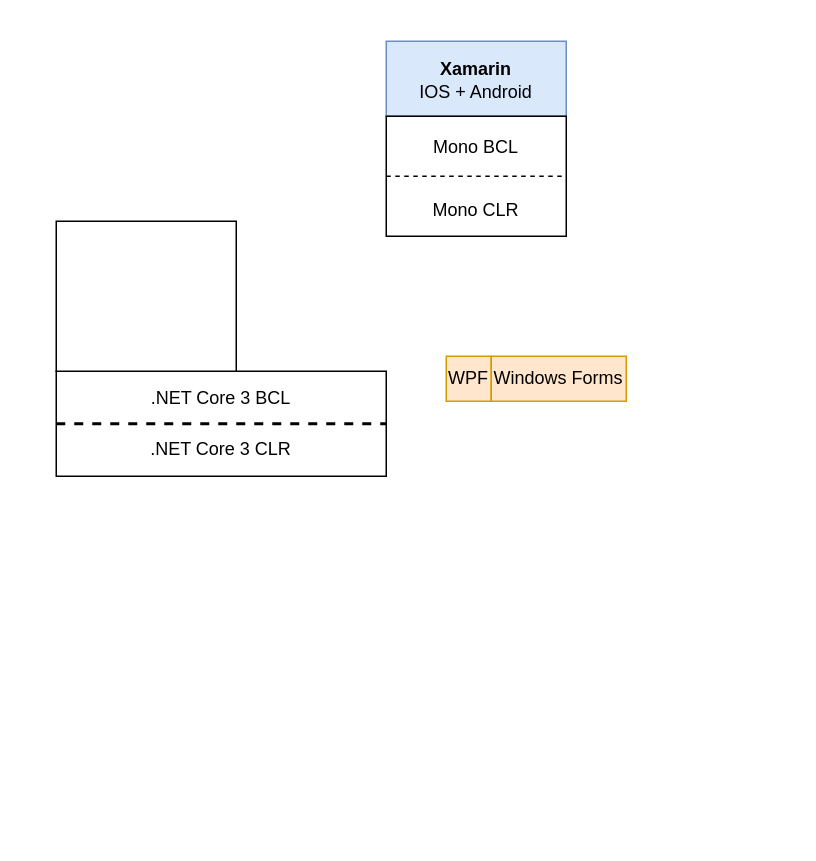
Earlier version of the draw.io diagram 4.C#8InANutshell/resources/drawios/1_2.drawio (fhlsteven/Learning). Source tidied: cells renumbered, new cells numbered last; positions are measured from the earlier drawing's top-left corner, leaving out a move shared by most shapes. Both pictures are drawn from the tidied source at 150%, with x=0, y=0 at pixel (56, 40).
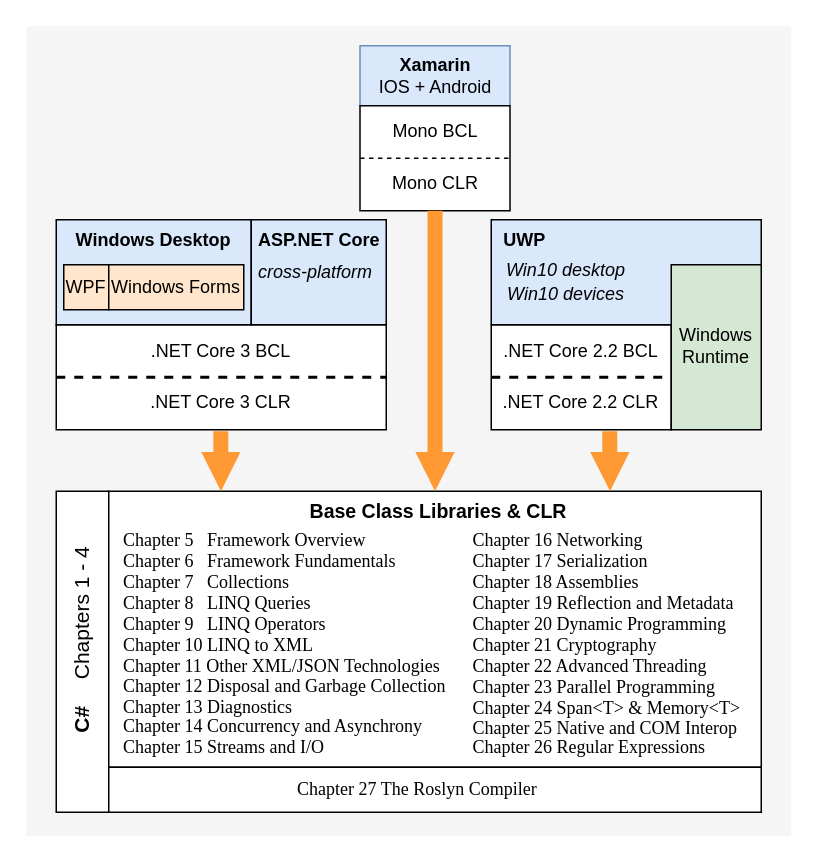
The same diagram, later.

Change to the diagram source:
```diff
@@
+    <mxCell id="15" style="rounded=0;whiteSpace=wrap;html=1;shadow=0;glass=0;sketch=0;fontFamily=Times New Roman;fontSize=13;align=left;fillColor=#f5f5f5;fontColor=#333333;strokeColor=none;" parent="1" vertex="1">
+      <mxGeometry x="-20" y="-10" width="510" height="540" as="geometry" />
+    </mxCell>
     <mxCell id="2" style="rounded=0;whiteSpace=wrap;html=1;fillColor=#dae8fc;strokeColor=#6c8ebf;" parent="1" vertex="1">
-      <mxGeometry x="220" width="120" height="50" as="geometry" />
+      <mxGeometry x="202.5" y="3" width="100" height="40" as="geometry" />
     </mxCell>
     <mxCell id="3" style="rounded=0;whiteSpace=wrap;html=1;" parent="1" vertex="1">
-      <mxGeometry x="220" y="50" width="120" height="80" as="geometry" />
+      <mxGeometry x="202.5" y="43" width="100" height="70" as="geometry" />
     </mxCell>
     <mxCell id="4" value="&lt;b&gt;Xamarin&lt;/b&gt;&lt;br&gt;IOS + Android" style="text;html=1;strokeColor=none;fillColor=none;align=center;verticalAlign=middle;whiteSpace=wrap;rounded=0;" parent="1" vertex="1">
-      <mxGeometry x="230" y="6" width="100" height="40" as="geometry" />
+      <mxGeometry x="202.5" y="3" width="100" height="40" as="geometry" />
     </mxCell>
     <mxCell id="5" value="Mono BCL" style="text;html=1;strokeColor=none;fillColor=none;align=center;verticalAlign=middle;whiteSpace=wrap;rounded=0;" parent="1" vertex="1">
-      <mxGeometry x="240" y="56" width="80" height="30" as="geometry" />
+      <mxGeometry x="212.5" y="49" width="80" height="22" as="geometry" />
     </mxCell>
     <mxCell id="6" value="Mono CLR" style="text;html=1;strokeColor=none;fillColor=none;align=center;verticalAlign=middle;whiteSpace=wrap;rounded=0;" parent="1" vertex="1">
-      <mxGeometry x="240" y="98" width="80" height="30" as="geometry" />
+      <mxGeometry x="212.5" y="85" width="80" height="20" as="geometry" />
     </mxCell>
@@
     <mxCell id="8" style="rounded=0;whiteSpace=wrap;html=1;" parent="1" vertex="1">
-      <mxGeometry y="220" width="220" height="70" as="geometry" />
+      <mxGeometry y="189" width="220" height="70" as="geometry" />
     </mxCell>
     <mxCell id="9" value=".NET Core 3 BCL" style="text;html=1;strokeColor=none;fillColor=none;align=center;verticalAlign=middle;whiteSpace=wrap;rounded=0;" parent="1" vertex="1">
-      <mxGeometry x="50" y="228" width="120" height="20" as="geometry" />
+      <mxGeometry x="50" y="197" width="120" height="20" as="geometry" />
     </mxCell>
@@
     <mxCell id="11" value=".NET Core 3 CLR" style="text;html=1;strokeColor=none;fillColor=none;align=center;verticalAlign=middle;whiteSpace=wrap;rounded=0;" parent="1" vertex="1">
-      <mxGeometry x="50" y="262" width="120" height="20" as="geometry" />
+      <mxGeometry x="50" y="231" width="120" height="20" as="geometry" />
     </mxCell>
-    <mxCell id="12" style="rounded=0;whiteSpace=wrap;html=1;" parent="1" vertex="1">
-      <mxGeometry y="120" width="120" height="100" as="geometry" />
+    <mxCell id="12" style="rounded=0;whiteSpace=wrap;html=1;fillColor=#dae8fc;" parent="1" vertex="1">
+      <mxGeometry y="119" width="130" height="70" as="geometry" />
     </mxCell>
-    <mxCell id="13" value="WPF" style="rounded=0;whiteSpace=wrap;html=1;fillColor=#ffe6cc;strokeColor=#d79b00;" parent="1" vertex="1">
-      <mxGeometry x="260" y="210" width="30" height="30" as="geometry" />
+    <mxCell id="13" value="WPF" style="rounded=0;whiteSpace=wrap;html=1;fillColor=#ffe6cc;" parent="1" vertex="1">
+      <mxGeometry x="5" y="149" width="30" height="30" as="geometry" />
     </mxCell>
-    <mxCell id="14" value="Windows Forms" style="rounded=0;whiteSpace=wrap;html=1;fillColor=#ffe6cc;strokeColor=#d79b00;" parent="1" vertex="1">
-      <mxGeometry x="290" y="210" width="90" height="30" as="geometry" />
+    <mxCell id="14" value="Windows Forms" style="rounded=0;whiteSpace=wrap;html=1;fillColor=#ffe6cc;" parent="1" vertex="1">
+      <mxGeometry x="35" y="149" width="90" height="30" as="geometry" />
     </mxCell>
+    <mxCell id="16" value="Windows Desktop" style="text;html=1;strokeColor=none;fillColor=none;align=center;verticalAlign=middle;whiteSpace=wrap;rounded=0;fontStyle=1;" parent="1" vertex="1">
+      <mxGeometry x="10" y="123" width="110" height="20" as="geometry" />
+    </mxCell>
+    <mxCell id="17" style="rounded=0;whiteSpace=wrap;html=1;fillColor=#dae8fc;" parent="1" vertex="1">
+      <mxGeometry x="130" y="119" width="90" height="70" as="geometry" />
+    </mxCell>
+    <mxCell id="18" value="ASP.NET Core" style="text;html=1;strokeColor=none;fillColor=none;align=center;verticalAlign=middle;whiteSpace=wrap;rounded=0;fontStyle=1;" parent="1" vertex="1">
+      <mxGeometry x="132.5" y="123" width="85" height="20" as="geometry" />
+    </mxCell>
+    <mxCell id="19" value="cross-platform" style="text;html=1;strokeColor=none;fillColor=none;align=center;verticalAlign=middle;whiteSpace=wrap;rounded=0;fontStyle=2;spacingTop=0;spacing=0;" parent="1" vertex="1">
+      <mxGeometry x="132.5" y="144" width="80" height="20" as="geometry" />
+    </mxCell>
+    <mxCell id="20" style="rounded=0;whiteSpace=wrap;html=1;strokeColor=#000000;" parent="1" vertex="1">
+      <mxGeometry y="300" width="35" height="214" as="geometry" />
+    </mxCell>
+    <mxCell id="21" value="C#" style="text;html=1;strokeColor=none;fillColor=none;align=center;verticalAlign=middle;whiteSpace=wrap;rounded=0;horizontal=0;fontStyle=1;fontSize=14;" parent="1" vertex="1">
+      <mxGeometry x="5" y="438" width="25" height="30" as="geometry" />
+    </mxCell>
+    <mxCell id="22" value="Chapters 1 - 4" style="text;html=1;strokeColor=none;fillColor=none;align=center;verticalAlign=middle;whiteSpace=wrap;rounded=0;fontSize=14;horizontal=0;" parent="1" vertex="1">
+      <mxGeometry x="7.5" y="332" width="20" height="100" as="geometry" />
+    </mxCell>
+    <mxCell id="23" style="rounded=0;whiteSpace=wrap;html=1;strokeColor=#000000;fontSize=14;" parent="1" vertex="1">
+      <mxGeometry x="35" y="300" width="435" height="184" as="geometry" />
+    </mxCell>
+    <mxCell id="24" style="rounded=0;whiteSpace=wrap;html=1;strokeColor=#000000;fontSize=14;" parent="1" vertex="1">
+      <mxGeometry x="290" y="189" width="120" height="70" as="geometry" />
+    </mxCell>
+    <mxCell id="25" style="endArrow=none;dashed=1;html=1;strokeWidth=2;exitX=0;exitY=0.5;exitDx=0;exitDy=0;entryX=1;entryY=0.5;entryDx=0;entryDy=0;" parent="1" edge="1" source="24" target="24">
+      <mxGeometry relative="1" as="geometry" />
+    </mxCell>
+    <mxCell id="26" value=".NET Core 2.2 BCL" style="text;html=1;strokeColor=none;fillColor=none;align=center;verticalAlign=middle;whiteSpace=wrap;rounded=0;" parent="1" vertex="1">
+      <mxGeometry x="290" y="197" width="120" height="20" as="geometry" />
+    </mxCell>
+    <mxCell id="27" value=".NET Core 2.2 CLR" style="text;html=1;strokeColor=none;fillColor=none;align=center;verticalAlign=middle;whiteSpace=wrap;rounded=0;" parent="1" vertex="1">
+      <mxGeometry x="290" y="231" width="120" height="20" as="geometry" />
+    </mxCell>
+    <mxCell id="28" style="rounded=0;whiteSpace=wrap;html=1;fillColor=#dae8fc;" parent="1" vertex="1">
+      <mxGeometry x="290" y="119" width="180" height="70" as="geometry" />
+    </mxCell>
+    <mxCell id="29" style="rounded=0;whiteSpace=wrap;html=1;fontSize=14;fillColor=#d5e8d4;gradientDirection=south;sketch=0;shadow=0;glass=0;" parent="1" vertex="1">
+      <mxGeometry x="410" y="149" width="60" height="110" as="geometry" />
+    </mxCell>
+    <mxCell id="30" value="UWP" style="text;html=1;strokeColor=none;fillColor=none;align=center;verticalAlign=middle;whiteSpace=wrap;rounded=0;fontStyle=1;" parent="1" vertex="1">
+      <mxGeometry x="295" y="123" width="35" height="20" as="geometry" />
+    </mxCell>
+    <mxCell id="31" value="Win10 desktop" style="text;html=1;strokeColor=none;fillColor=none;align=center;verticalAlign=middle;whiteSpace=wrap;rounded=0;fontStyle=2;spacingTop=0;spacing=0;" parent="1" vertex="1">
+      <mxGeometry x="295" y="143" width="90" height="20" as="geometry" />
+    </mxCell>
+    <mxCell id="32" value="Win10 devices" style="text;html=1;strokeColor=none;fillColor=none;align=center;verticalAlign=middle;whiteSpace=wrap;rounded=0;fontStyle=2;spacingTop=0;spacing=0;" parent="1" vertex="1">
+      <mxGeometry x="295" y="159" width="90" height="20" as="geometry" />
+    </mxCell>
+    <mxCell id="33" value="Windows&lt;br&gt;Runtime" style="text;html=1;strokeColor=none;fillColor=none;align=center;verticalAlign=middle;whiteSpace=wrap;rounded=0;" parent="1" vertex="1">
+      <mxGeometry x="410" y="189" width="60" height="28" as="geometry" />
+    </mxCell>
+    <mxCell id="34" value="Base Class Libraries &amp;amp; CLR" style="text;html=1;strokeColor=none;fillColor=none;align=center;verticalAlign=middle;whiteSpace=wrap;rounded=0;shadow=0;glass=0;sketch=0;fontSize=13;fontStyle=1;" parent="1" vertex="1">
+      <mxGeometry x="160" y="303" width="190" height="20" as="geometry" />
+    </mxCell>
+    <mxCell id="35" value="Chapter 5&amp;nbsp; &amp;nbsp;Framework Overview" style="text;html=1;strokeColor=none;fillColor=none;align=left;verticalAlign=middle;whiteSpace=wrap;rounded=0;shadow=0;glass=0;sketch=0;fontSize=12;fontFamily=Times New Roman;" parent="1" vertex="1">
+      <mxGeometry x="43" y="326" width="177" height="14" as="geometry" />
+    </mxCell>
+    <mxCell id="36" value="Chapter 6&amp;nbsp; &amp;nbsp;Framework Fundamentals" style="text;html=1;strokeColor=none;fillColor=none;align=left;verticalAlign=middle;whiteSpace=wrap;rounded=0;shadow=0;glass=0;sketch=0;fontSize=12;fontFamily=Times New Roman;" parent="1" vertex="1">
+      <mxGeometry x="43" y="340" width="187" height="14" as="geometry" />
+    </mxCell>
+    <mxCell id="37" value="Chapter 8&amp;nbsp; &amp;nbsp;LINQ Queries" style="text;html=1;strokeColor=none;fillColor=none;align=left;verticalAlign=middle;whiteSpace=wrap;rounded=0;shadow=0;glass=0;sketch=0;fontSize=12;fontFamily=Times New Roman;" parent="1" vertex="1">
+      <mxGeometry x="43" y="368" width="147" height="14" as="geometry" />
+    </mxCell>
+    <mxCell id="38" value="Chapter 16 Networking" style="text;html=1;strokeColor=none;fillColor=none;align=left;verticalAlign=middle;whiteSpace=wrap;rounded=0;shadow=0;glass=0;sketch=0;fontSize=12;fontFamily=Times New Roman;" parent="1" vertex="1">
+      <mxGeometry x="276" y="326" width="160" height="14" as="geometry" />
+    </mxCell>
+    <mxCell id="39" value="Chapter 17 Serialization" style="text;html=1;strokeColor=none;fillColor=none;align=left;verticalAlign=middle;whiteSpace=wrap;rounded=0;shadow=0;glass=0;sketch=0;fontSize=12;fontFamily=Times New Roman;" parent="1" vertex="1">
+      <mxGeometry x="276" y="340" width="180" height="14" as="geometry" />
+    </mxCell>
+    <mxCell id="40" value="Chapter 18 Assemblies" style="text;html=1;strokeColor=none;fillColor=none;align=left;verticalAlign=middle;whiteSpace=wrap;rounded=0;shadow=0;glass=0;sketch=0;fontSize=12;fontFamily=Times New Roman;" parent="1" vertex="1">
+      <mxGeometry x="276" y="354" width="130" height="14" as="geometry" />
+    </mxCell>
+    <mxCell id="41" value="Chapter 10 LINQ to XML" style="text;html=1;strokeColor=none;fillColor=none;align=left;verticalAlign=middle;whiteSpace=wrap;rounded=0;shadow=0;glass=0;sketch=0;fontSize=12;fontFamily=Times New Roman;" parent="1" vertex="1">
+      <mxGeometry x="43" y="396" width="140" height="14" as="geometry" />
+    </mxCell>
+    <mxCell id="42" value="Chapter 7&amp;nbsp; &amp;nbsp;Collections" style="text;html=1;strokeColor=none;fillColor=none;align=left;verticalAlign=middle;whiteSpace=wrap;rounded=0;shadow=0;glass=0;sketch=0;fontSize=12;fontFamily=Times New Roman;" parent="1" vertex="1">
+      <mxGeometry x="43" y="354" width="147" height="14" as="geometry" />
+    </mxCell>
+    <mxCell id="43" value="Chapter 9&amp;nbsp; &amp;nbsp;LINQ Operators" style="text;html=1;strokeColor=none;fillColor=none;align=left;verticalAlign=middle;whiteSpace=wrap;rounded=0;shadow=0;glass=0;sketch=0;fontSize=12;fontFamily=Times New Roman;" parent="1" vertex="1">
+      <mxGeometry x="43" y="382" width="140" height="14" as="geometry" />
+    </mxCell>
+    <mxCell id="44" value="Chapter 11 Other XML/JSON Technologies" style="text;html=1;strokeColor=none;fillColor=none;align=left;verticalAlign=middle;whiteSpace=wrap;rounded=0;shadow=0;glass=0;sketch=0;fontSize=12;fontFamily=Times New Roman;" parent="1" vertex="1">
+      <mxGeometry x="43" y="410" width="220" height="14" as="geometry" />
+    </mxCell>
+    <mxCell id="45" value="Chapter 12 Disposal and Garbage Collection" style="text;html=1;strokeColor=none;fillColor=none;align=left;verticalAlign=middle;whiteSpace=wrap;rounded=0;shadow=0;glass=0;sketch=0;fontSize=12;fontFamily=Times New Roman;" parent="1" vertex="1">
+      <mxGeometry x="43" y="423" width="220" height="14" as="geometry" />
+    </mxCell>
+    <mxCell id="46" value="Chapter 19 Reflection and Metadata" style="text;html=1;strokeColor=none;fillColor=none;align=left;verticalAlign=middle;whiteSpace=wrap;rounded=0;shadow=0;glass=0;sketch=0;fontSize=12;fontFamily=Times New Roman;" parent="1" vertex="1">
+      <mxGeometry x="276" y="368" width="180" height="14" as="geometry" />
+    </mxCell>
+    <mxCell id="47" value="Chapter 13 Diagnostics" style="text;html=1;strokeColor=none;fillColor=none;align=left;verticalAlign=middle;whiteSpace=wrap;rounded=0;shadow=0;glass=0;sketch=0;fontSize=12;fontFamily=Times New Roman;" parent="1" vertex="1">
+      <mxGeometry x="43" y="437" width="120" height="14" as="geometry" />
+    </mxCell>
+    <mxCell id="48" value="Chapter 14 Concurrency and Asynchrony" style="text;html=1;strokeColor=none;fillColor=none;align=left;verticalAlign=middle;whiteSpace=wrap;rounded=0;shadow=0;glass=0;sketch=0;fontSize=12;fontFamily=Times New Roman;" parent="1" vertex="1">
+      <mxGeometry x="43" y="450" width="210" height="14" as="geometry" />
+    </mxCell>
+    <mxCell id="49" value="Chapter 15 Streams and I/O" style="text;html=1;strokeColor=none;fillColor=none;align=left;verticalAlign=middle;whiteSpace=wrap;rounded=0;shadow=0;glass=0;sketch=0;fontSize=12;fontFamily=Times New Roman;" parent="1" vertex="1">
+      <mxGeometry x="43" y="464" width="150" height="14" as="geometry" />
+    </mxCell>
+    <mxCell id="50" value="Chapter 20 Dynamic Programming" style="text;html=1;strokeColor=none;fillColor=none;align=left;verticalAlign=middle;whiteSpace=wrap;rounded=0;shadow=0;glass=0;sketch=0;fontSize=12;fontFamily=Times New Roman;" parent="1" vertex="1">
+      <mxGeometry x="276" y="382" width="180" height="14" as="geometry" />
+    </mxCell>
+    <mxCell id="51" value="Chapter 21 Cryptography" style="text;html=1;strokeColor=none;fillColor=none;align=left;verticalAlign=middle;whiteSpace=wrap;rounded=0;shadow=0;glass=0;sketch=0;fontSize=12;fontFamily=Times New Roman;" parent="1" vertex="1">
+      <mxGeometry x="276" y="396" width="180" height="14" as="geometry" />
+    </mxCell>
+    <mxCell id="52" value="Chapter 22 Advanced Threading" style="text;html=1;strokeColor=none;fillColor=none;align=left;verticalAlign=middle;whiteSpace=wrap;rounded=0;shadow=0;glass=0;sketch=0;fontSize=12;fontFamily=Times New Roman;" parent="1" vertex="1">
+      <mxGeometry x="276" y="410" width="180" height="14" as="geometry" />
+    </mxCell>
+    <mxCell id="53" value="Chapter 23 Parallel Programming" style="text;html=1;strokeColor=none;fillColor=none;align=left;verticalAlign=middle;whiteSpace=wrap;rounded=0;shadow=0;glass=0;sketch=0;fontSize=12;fontFamily=Times New Roman;" parent="1" vertex="1">
+      <mxGeometry x="276" y="424" width="180" height="14" as="geometry" />
+    </mxCell>
+    <mxCell id="54" value="Chapter 24 Span&amp;lt;T&amp;gt; &amp;amp; Memory&amp;lt;T&amp;gt;" style="text;html=1;strokeColor=none;fillColor=none;align=left;verticalAlign=middle;whiteSpace=wrap;rounded=0;shadow=0;glass=0;sketch=0;fontSize=12;fontFamily=Times New Roman;" parent="1" vertex="1">
+      <mxGeometry x="276" y="438" width="187" height="14" as="geometry" />
+    </mxCell>
+    <mxCell id="55" value="Chapter 25 Native and COM Interop" style="text;html=1;strokeColor=none;fillColor=none;align=left;verticalAlign=middle;whiteSpace=wrap;rounded=0;shadow=0;glass=0;sketch=0;fontSize=12;fontFamily=Times New Roman;" parent="1" vertex="1">
+      <mxGeometry x="276" y="451" width="187" height="14" as="geometry" />
+    </mxCell>
+    <mxCell id="56" value="Chapter 26 Regular Expressions" style="text;html=1;strokeColor=none;fillColor=none;align=left;verticalAlign=middle;whiteSpace=wrap;rounded=0;shadow=0;glass=0;sketch=0;fontSize=12;fontFamily=Times New Roman;" parent="1" vertex="1">
+      <mxGeometry x="276" y="464" width="187" height="14" as="geometry" />
+    </mxCell>
+    <mxCell id="57" style="rounded=0;whiteSpace=wrap;html=1;shadow=0;glass=0;sketch=0;fontFamily=Times New Roman;fontSize=13;align=left;" parent="1" vertex="1">
+      <mxGeometry x="35" y="484" width="435" height="30" as="geometry" />
+    </mxCell>
+    <mxCell id="58" value="Chapter 27 The Roslyn Compiler" style="text;html=1;strokeColor=none;fillColor=none;align=left;verticalAlign=middle;whiteSpace=wrap;rounded=0;shadow=0;glass=0;sketch=0;fontSize=12;fontFamily=Times New Roman;" parent="1" vertex="1">
+      <mxGeometry x="159" y="492" width="187" height="14" as="geometry" />
+    </mxCell>
+    <mxCell id="59" style="endArrow=block;html=1;fontFamily=Times New Roman;fontSize=13;exitX=0.5;exitY=1;exitDx=0;exitDy=0;entryX=0.5;entryY=0;entryDx=0;entryDy=0;fillColor=#fad7ac;strokeWidth=10;shadow=0;strokeColor=#FF9933;endFill=1;endSize=0;" parent="1" edge="1" source="3" target="23">
+      <mxGeometry relative="1" as="geometry" />
+    </mxCell>
+    <mxCell id="60" style="endArrow=block;html=1;fontFamily=Times New Roman;fontSize=13;entryX=0.5;entryY=0;entryDx=0;entryDy=0;fillColor=#fad7ac;strokeWidth=10;shadow=0;strokeColor=#FF9933;endFill=1;endSize=0;" parent="1" edge="1">
+      <mxGeometry relative="1" as="geometry">
+        <mxPoint x="369" y="260" as="sourcePoint" />
+        <mxPoint x="369.2" y="300" as="targetPoint" />
+      </mxGeometry>
+    </mxCell>
+    <mxCell id="61" style="endArrow=block;html=1;fontFamily=Times New Roman;fontSize=13;entryX=0.5;entryY=0;entryDx=0;entryDy=0;fillColor=#fad7ac;strokeWidth=10;shadow=0;strokeColor=#FF9933;endFill=1;endSize=0;" parent="1" edge="1">
+      <mxGeometry relative="1" as="geometry">
+        <mxPoint x="109.7" y="260" as="sourcePoint" />
+        <mxPoint x="109.8" y="300" as="targetPoint" />
+      </mxGeometry>
+    </mxCell>
```
